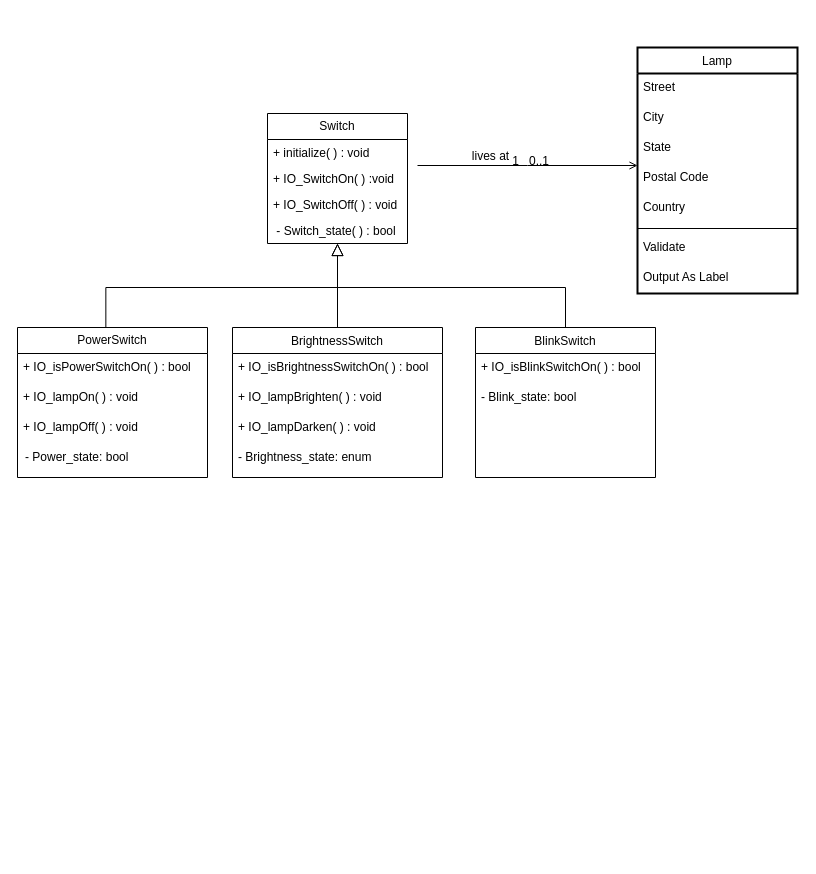
The draw.io diagram lampcontrol.drawio in naughtyraven/shiyan, before the edit. Source tidied: cells renumbered, new cells numbered last; positions are measured from the earlier drawing's top-left corner, leaving out a move shared by most shapes. Both pictures are drawn from the tidied source at 100%, with x=0, y=0 at pixel (17, 47).
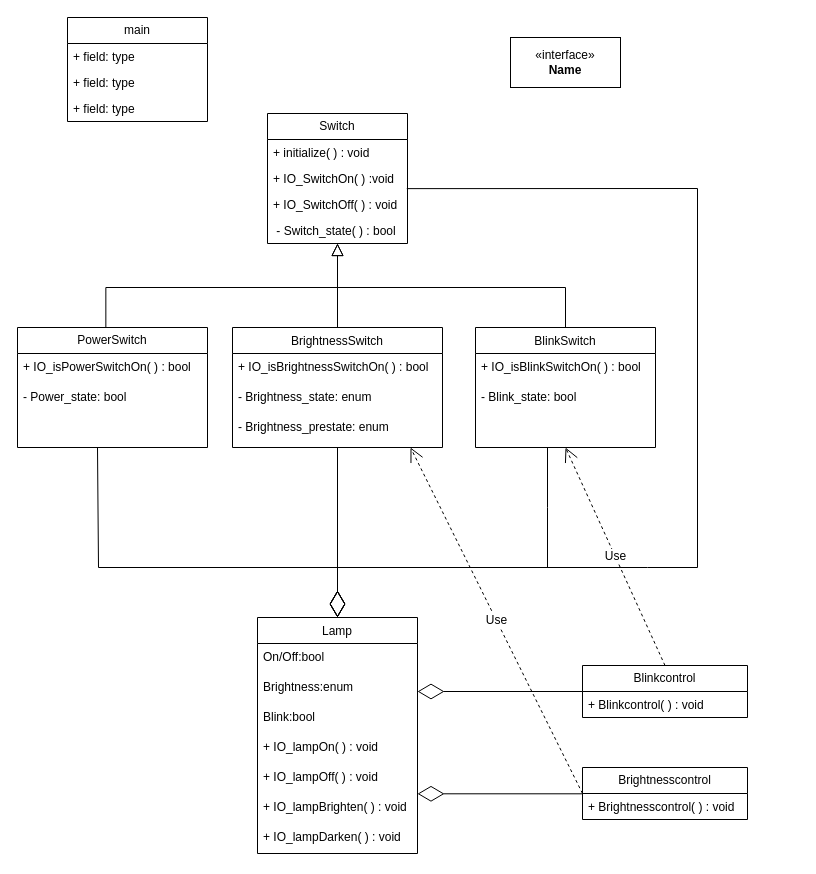
After the change.

Unchanged cells that the change refers to:
```xml
<mxCell id="33" value="+ IO_SwitchOn( ) :void" style="text;strokeColor=none;fillColor=none;align=left;verticalAlign=top;spacingLeft=4;spacingRight=4;overflow=hidden;points=[[0,0.5],[1,0.5]];portConstraint=eastwest;whiteSpace=wrap;html=1;" parent="31" vertex="1">
  <mxGeometry y="52" width="140" height="26" as="geometry" />
</mxCell>
```

What changed in the source:
```diff
@@
     <mxCell id="2" value="BrightnessSwitch" style="swimlane;fontStyle=0;align=center;verticalAlign=top;horizontal=1;startSize=26;rounded=0;shadow=0;strokeWidth=1;" parent="1" vertex="1">
-      <mxGeometry x="215" y="280" width="210" height="150" as="geometry" />
+      <mxGeometry x="215" y="280" width="210" height="120" as="geometry" />
     </mxCell>
@@
-    <mxCell id="4" value="+ IO_lampBrighten( ) : void" style="text;align=left;verticalAlign=top;spacingLeft=4;spacingRight=4;overflow=hidden;rounded=0;shadow=0;html=0;" parent="2" vertex="1">
-      <mxGeometry y="56" width="210" height="30" as="geometry" />
-    </mxCell>
-    <mxCell id="5" value="+ IO_lampDarken( ) : void" style="text;align=left;verticalAlign=top;spacingLeft=4;spacingRight=4;overflow=hidden;rounded=0;shadow=0;html=0;" parent="2" vertex="1">
-      <mxGeometry y="86" width="210" height="30" as="geometry" />
-    </mxCell>
     <mxCell id="6" value="- Brightness_state: enum" style="text;align=left;verticalAlign=top;spacingLeft=4;spacingRight=4;overflow=hidden;" parent="2" vertex="1">
-      <mxGeometry y="116" width="210" height="30" as="geometry" />
+      <mxGeometry y="56" width="210" height="30" as="geometry" />
     </mxCell>
+    <mxCell id="36" value="- Brightness_prestate: enum" style="text;align=left;verticalAlign=top;spacingLeft=4;spacingRight=4;overflow=hidden;" parent="2" vertex="1">
+      <mxGeometry y="86" width="210" height="30" as="geometry" />
+    </mxCell>
@@
     <mxCell id="8" value="BlinkSwitch" style="swimlane;fontStyle=0;align=center;verticalAlign=top;horizontal=1;startSize=26;rounded=0;shadow=0;strokeWidth=1;" parent="1" vertex="1">
-      <mxGeometry x="458" y="280" width="180" height="150" as="geometry" />
+      <mxGeometry x="458" y="280" width="180" height="120" as="geometry" />
     </mxCell>
@@
-    <mxCell id="12" value="Lamp" style="swimlane;fontStyle=0;align=center;verticalAlign=top;horizontal=1;startSize=26;rounded=0;shadow=0;strokeWidth=2;" parent="1" vertex="1">
-      <mxGeometry x="620" width="160" height="246" as="geometry" />
+    <mxCell id="12" value="Lamp" style="swimlane;fontStyle=0;align=center;verticalAlign=top;horizontal=1;startSize=26;rounded=0;shadow=0;strokeWidth=1;" parent="1" vertex="1">
+      <mxGeometry x="240" y="570" width="160" height="236" as="geometry" />
     </mxCell>
-    <mxCell id="13" value="Street" style="text;align=left;verticalAlign=top;spacingLeft=4;spacingRight=4;overflow=hidden;" parent="12" vertex="1">
+    <mxCell id="13" value="On/Off:bool" style="text;align=left;verticalAlign=top;spacingLeft=4;spacingRight=4;overflow=hidden;" parent="12" vertex="1">
       <mxGeometry y="26" width="160" height="30" as="geometry" />
     </mxCell>
-    <mxCell id="14" value="City" style="text;align=left;verticalAlign=top;spacingLeft=4;spacingRight=4;overflow=hidden;rounded=0;shadow=0;html=0;" parent="12" vertex="1">
+    <mxCell id="14" value="Brightness:enum" style="text;align=left;verticalAlign=top;spacingLeft=4;spacingRight=4;overflow=hidden;rounded=0;shadow=0;html=0;" parent="12" vertex="1">
       <mxGeometry y="56" width="160" height="30" as="geometry" />
     </mxCell>
-    <mxCell id="15" value="State" style="text;align=left;verticalAlign=top;spacingLeft=4;spacingRight=4;overflow=hidden;rounded=0;shadow=0;html=0;" parent="12" vertex="1">
+    <mxCell id="15" value="Blink:bool" style="text;align=left;verticalAlign=top;spacingLeft=4;spacingRight=4;overflow=hidden;rounded=0;shadow=0;html=0;" parent="12" vertex="1">
       <mxGeometry y="86" width="160" height="30" as="geometry" />
     </mxCell>
-    <mxCell id="16" value="Postal Code" style="text;align=left;verticalAlign=top;spacingLeft=4;spacingRight=4;overflow=hidden;rounded=0;shadow=0;html=0;" parent="12" vertex="1">
-      <mxGeometry y="116" width="160" height="30" as="geometry" />
-    </mxCell>
-    <mxCell id="17" value="Country" style="text;align=left;verticalAlign=top;spacingLeft=4;spacingRight=4;overflow=hidden;rounded=0;shadow=0;html=0;" parent="12" vertex="1">
-      <mxGeometry y="146" width="160" height="30" as="geometry" />
-    </mxCell>
-    <mxCell id="18" style="line;html=1;strokeWidth=1;align=left;verticalAlign=middle;spacingTop=-1;spacingLeft=3;spacingRight=3;labelPosition=right;" parent="12" vertex="1">
-      <mxGeometry y="176" width="160" height="10" as="geometry" />
-    </mxCell>
-    <mxCell id="19" value="Validate" style="text;align=left;verticalAlign=top;spacingLeft=4;spacingRight=4;overflow=hidden;" parent="12" vertex="1">
-      <mxGeometry y="186" width="160" height="30" as="geometry" />
-    </mxCell>
-    <mxCell id="20" value="Output As Label" style="text;align=left;verticalAlign=top;spacingLeft=4;spacingRight=4;overflow=hidden;" parent="12" vertex="1">
-      <mxGeometry y="216" width="160" height="30" as="geometry" />
-    </mxCell>
-    <mxCell id="21" style="endArrow=open;shadow=0;strokeWidth=1;rounded=0;endFill=1;edgeStyle=elbowEdgeStyle;elbow=vertical;" parent="1" edge="1" target="12">
-      <mxGeometry x="0.5" y="41" relative="1" as="geometry">
-        <mxPoint x="400" y="118" as="sourcePoint" />
-        <mxPoint x="-40" y="32" as="offset" />
-      </mxGeometry>
-    </mxCell>
-    <mxCell id="22" value="0..1" style="align=left;verticalAlign=bottom;labelBackgroundColor=none;fontSize=12;" parent="21" vertex="1">
-      <mxGeometry relative="1" as="geometry">
-        <mxPoint y="4" as="offset" />
-      </mxGeometry>
-    </mxCell>
-    <mxCell id="23" value="1" style="align=right;verticalAlign=bottom;labelBackgroundColor=none;fontSize=12;" parent="21" vertex="1">
-      <mxGeometry relative="1" as="geometry">
-        <mxPoint x="-7" y="4" as="offset" />
-      </mxGeometry>
-    </mxCell>
-    <mxCell id="24" value="lives at" style="text;html=1;align=center;verticalAlign=middle;labelBackgroundColor=none;rounded=0;shadow=0;strokeWidth=1;fontSize=12;" parent="21" vertex="1">
-      <mxGeometry y="50" relative="1" as="geometry">
-        <mxPoint x="-38" y="40" as="offset" />
-      </mxGeometry>
-    </mxCell>
+    <mxCell id="27" value="+ IO_lampOn( ) : void" style="text;strokeColor=none;fillColor=none;align=left;verticalAlign=top;spacingLeft=4;spacingRight=4;overflow=hidden;whiteSpace=wrap;html=1;" parent="12" vertex="1">
+      <mxGeometry y="116" width="160" height="30" as="geometry" />
+    </mxCell>
+    <mxCell id="28" value="+ IO_lampOff( ) : void" style="text;strokeColor=none;fillColor=none;align=left;verticalAlign=top;spacingLeft=4;spacingRight=4;overflow=hidden;whiteSpace=wrap;html=1;" parent="12" vertex="1">
+      <mxGeometry y="146" width="160" height="30" as="geometry" />
+    </mxCell>
+    <mxCell id="4" value="+ IO_lampBrighten( ) : void" style="text;align=left;verticalAlign=top;spacingLeft=4;spacingRight=4;overflow=hidden;rounded=0;shadow=0;html=0;" parent="12" vertex="1">
+      <mxGeometry y="176" width="160" height="30" as="geometry" />
+    </mxCell>
+    <mxCell id="5" value="+ IO_lampDarken( ) : void" style="text;align=left;verticalAlign=top;spacingLeft=4;spacingRight=4;overflow=hidden;rounded=0;shadow=0;html=0;" parent="12" vertex="1">
+      <mxGeometry y="206" width="160" height="30" as="geometry" />
+    </mxCell>
     <mxCell id="25" value="PowerSwitch" style="swimlane;fontStyle=0;horizontal=1;startSize=26;fillColor=none;whiteSpace=wrap;html=1;" parent="1" vertex="1">
-      <mxGeometry y="280" width="190" height="150" as="geometry" />
+      <mxGeometry y="280" width="190" height="120" as="geometry" />
     </mxCell>
@@
-    <mxCell id="27" value="+ IO_lampOn( ) : void" style="text;strokeColor=none;fillColor=none;align=left;verticalAlign=top;spacingLeft=4;spacingRight=4;overflow=hidden;whiteSpace=wrap;html=1;" parent="25" vertex="1">
-      <mxGeometry y="56" width="190" height="30" as="geometry" />
-    </mxCell>
-    <mxCell id="28" value="+ IO_lampOff( ) : void" style="text;strokeColor=none;fillColor=none;align=left;verticalAlign=top;spacingLeft=4;spacingRight=4;overflow=hidden;whiteSpace=wrap;html=1;" parent="25" vertex="1">
-      <mxGeometry y="86" width="190" height="30" as="geometry" />
-    </mxCell>
+    <mxCell id="30" value="- Power_state: bool&amp;nbsp;" style="text;strokeColor=none;fillColor=none;align=left;verticalAlign=top;spacingLeft=4;spacingRight=4;overflow=hidden;whiteSpace=wrap;html=1;" parent="25" vertex="1">
+      <mxGeometry y="56" width="190" height="30" as="geometry" />
+    </mxCell>
@@
-    <mxCell id="30" value="- Power_state: bool&amp;nbsp;" style="text;strokeColor=none;fillColor=none;align=left;verticalAlign=top;spacingLeft=4;spacingRight=4;overflow=hidden;whiteSpace=wrap;html=1;" parent="1" vertex="1">
-      <mxGeometry x="2" y="396" width="180" height="30" as="geometry" />
-    </mxCell>
@@
+    <mxCell id="37" style="endArrow=diamondThin;endFill=0;endSize=24;html=1;rounded=0;exitX=0.995;exitY=0.89;exitDx=0;exitDy=0;exitPerimeter=0;" parent="1" edge="1" source="33">
+      <mxGeometry relative="1" as="geometry">
+        <mxPoint x="320" y="570" as="targetPoint" />
+        <Array as="points">
+          <mxPoint x="680" y="141" />
+          <mxPoint x="680" y="520" />
+          <mxPoint x="630" y="520" />
+          <mxPoint x="320" y="520" />
+        </Array>
+      </mxGeometry>
+    </mxCell>
+    <mxCell id="38" style="endArrow=diamondThin;endFill=0;endSize=24;html=1;rounded=0;fontFamily=Helvetica;fontSize=12;fontColor=default;" parent="1" edge="1">
+      <mxGeometry relative="1" as="geometry">
+        <mxPoint x="530" y="400" as="sourcePoint" />
+        <mxPoint x="320" y="570" as="targetPoint" />
+        <Array as="points">
+          <mxPoint x="530" y="460" />
+          <mxPoint x="530" y="520" />
+          <mxPoint x="320" y="520" />
+        </Array>
+      </mxGeometry>
+    </mxCell>
+    <mxCell id="39" style="endArrow=diamondThin;endFill=0;endSize=24;html=1;rounded=0;fontFamily=Helvetica;fontSize=12;fontColor=default;" parent="1" edge="1">
+      <mxGeometry relative="1" as="geometry">
+        <mxPoint x="80" y="400" as="sourcePoint" />
+        <mxPoint x="320" y="570" as="targetPoint" />
+        <Array as="points">
+          <mxPoint x="81" y="520" />
+          <mxPoint x="320" y="520" />
+        </Array>
+      </mxGeometry>
+    </mxCell>
+    <mxCell id="40" style="endArrow=diamondThin;endFill=0;endSize=24;html=1;rounded=0;fontFamily=Helvetica;fontSize=12;fontColor=default;entryX=0.5;entryY=0;entryDx=0;entryDy=0;exitX=0.5;exitY=1;exitDx=0;exitDy=0;" parent="1" edge="1" source="2" target="12">
+      <mxGeometry relative="1" as="geometry" />
+    </mxCell>
+    <mxCell id="41" value="&amp;laquo;interface&amp;raquo;&lt;br&gt;&lt;b&gt;Name&lt;/b&gt;" style="html=1;whiteSpace=wrap;rounded=0;shadow=0;strokeColor=default;strokeWidth=1;fontFamily=Helvetica;fontSize=12;fontColor=default;startSize=26;fillColor=default;" parent="1" vertex="1">
+      <mxGeometry x="493" y="-10" width="110" height="50" as="geometry" />
+    </mxCell>
+    <mxCell id="42" value="main" style="swimlane;fontStyle=0;horizontal=1;startSize=26;fillColor=none;whiteSpace=wrap;html=1;rounded=0;shadow=0;strokeColor=default;strokeWidth=1;fontFamily=Helvetica;fontSize=12;fontColor=default;" parent="1" vertex="1">
+      <mxGeometry x="50" y="-30" width="140" height="104" as="geometry" />
+    </mxCell>
+    <mxCell id="43" value="+ field: type" style="text;strokeColor=none;fillColor=none;align=left;verticalAlign=top;spacingLeft=4;spacingRight=4;overflow=hidden;whiteSpace=wrap;html=1;fontSize=12;fontFamily=Helvetica;fontColor=default;" parent="42" vertex="1">
+      <mxGeometry y="26" width="140" height="26" as="geometry" />
+    </mxCell>
+    <mxCell id="44" value="+ field: type" style="text;strokeColor=none;fillColor=none;align=left;verticalAlign=top;spacingLeft=4;spacingRight=4;overflow=hidden;whiteSpace=wrap;html=1;fontSize=12;fontFamily=Helvetica;fontColor=default;" parent="42" vertex="1">
+      <mxGeometry y="52" width="140" height="26" as="geometry" />
+    </mxCell>
+    <mxCell id="45" value="+ field: type" style="text;strokeColor=none;fillColor=none;align=left;verticalAlign=top;spacingLeft=4;spacingRight=4;overflow=hidden;whiteSpace=wrap;html=1;fontSize=12;fontFamily=Helvetica;fontColor=default;" parent="42" vertex="1">
+      <mxGeometry y="78" width="140" height="26" as="geometry" />
+    </mxCell>
+    <mxCell id="46" value="Brightnesscontrol" style="swimlane;fontStyle=0;horizontal=1;startSize=26;fillColor=none;whiteSpace=wrap;html=1;rounded=0;shadow=0;strokeColor=default;strokeWidth=1;fontFamily=Helvetica;fontSize=12;fontColor=default;" parent="1" vertex="1">
+      <mxGeometry x="565" y="720" width="165" height="52" as="geometry" />
+    </mxCell>
+    <mxCell id="47" value="+ Brightnesscontrol( ) : void" style="text;strokeColor=none;fillColor=none;align=left;verticalAlign=top;spacingLeft=4;spacingRight=4;overflow=hidden;whiteSpace=wrap;html=1;fontSize=12;fontFamily=Helvetica;fontColor=default;" parent="46" vertex="1">
+      <mxGeometry y="26" width="165" height="26" as="geometry" />
+    </mxCell>
+    <mxCell id="48" value="Blinkcontrol" style="swimlane;fontStyle=0;horizontal=1;startSize=26;fillColor=none;whiteSpace=wrap;html=1;rounded=0;shadow=0;strokeColor=default;strokeWidth=1;fontFamily=Helvetica;fontSize=12;fontColor=default;" parent="1" vertex="1">
+      <mxGeometry x="565" y="618" width="165" height="52" as="geometry" />
+    </mxCell>
+    <mxCell id="49" value="+ Blinkcontrol( ) : void" style="text;strokeColor=none;fillColor=none;align=left;verticalAlign=top;spacingLeft=4;spacingRight=4;overflow=hidden;whiteSpace=wrap;html=1;fontSize=12;fontFamily=Helvetica;fontColor=default;" parent="48" vertex="1">
+      <mxGeometry y="26" width="165" height="26" as="geometry" />
+    </mxCell>
+    <mxCell id="50" style="endArrow=diamondThin;endFill=0;endSize=24;html=1;rounded=0;fontFamily=Helvetica;fontSize=12;fontColor=default;exitX=0;exitY=0.5;exitDx=0;exitDy=0;" parent="1" edge="1" source="48">
+      <mxGeometry relative="1" as="geometry">
+        <mxPoint x="400" y="644" as="targetPoint" />
+      </mxGeometry>
+    </mxCell>
+    <mxCell id="51" style="endArrow=diamondThin;endFill=0;endSize=24;html=1;rounded=0;fontFamily=Helvetica;fontSize=12;fontColor=default;exitX=0;exitY=0.5;exitDx=0;exitDy=0;" parent="1" edge="1">
+      <mxGeometry relative="1" as="geometry">
+        <mxPoint x="565" y="746.3" as="sourcePoint" />
+        <mxPoint x="400" y="746.3" as="targetPoint" />
+      </mxGeometry>
+    </mxCell>
+    <mxCell id="52" value="Use" style="endArrow=open;endSize=12;dashed=1;html=1;rounded=0;fontFamily=Helvetica;fontSize=12;fontColor=default;entryX=0.5;entryY=1;entryDx=0;entryDy=0;exitX=0.5;exitY=0;exitDx=0;exitDy=0;" parent="1" edge="1" source="48" target="8">
+      <mxGeometry relative="1" as="geometry" />
+    </mxCell>
+    <mxCell id="53" value="Use" style="endArrow=open;endSize=12;dashed=1;html=1;rounded=0;fontFamily=Helvetica;fontSize=12;fontColor=default;entryX=0.5;entryY=1;entryDx=0;entryDy=0;exitX=0;exitY=0.5;exitDx=0;exitDy=0;" parent="1" edge="1" source="46">
+      <mxGeometry relative="1" as="geometry">
+        <mxPoint x="393" y="400" as="targetPoint" />
+      </mxGeometry>
+    </mxCell>
```
